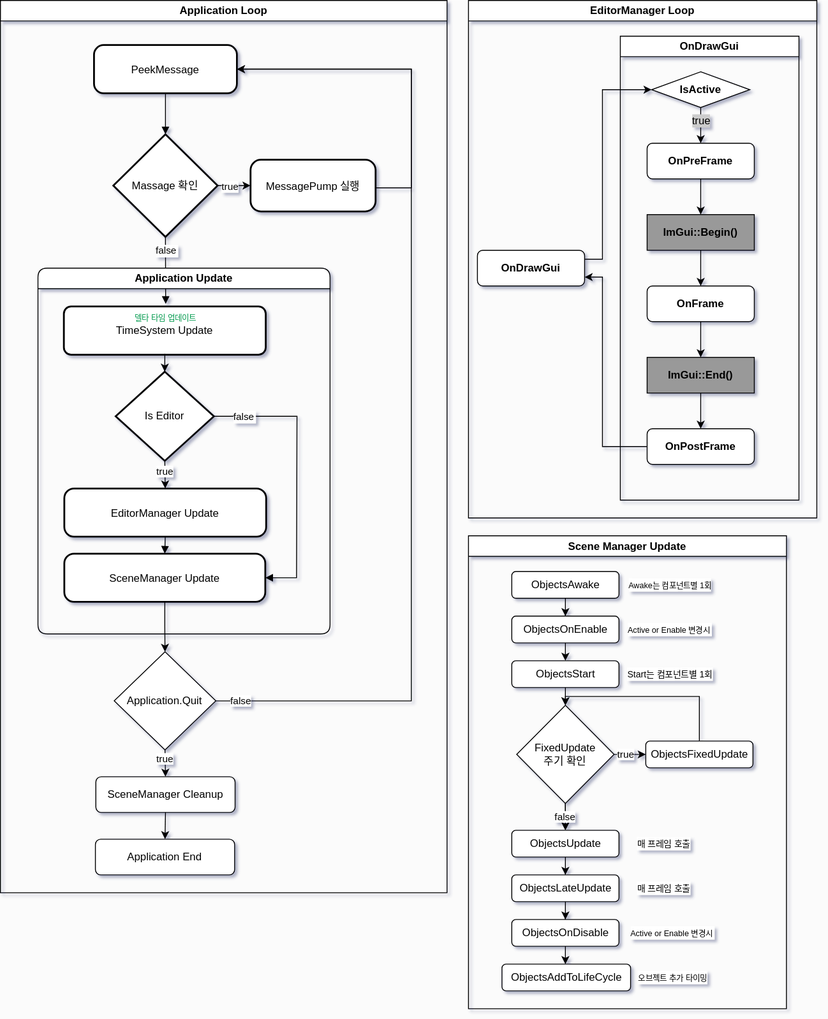
Earlier version of the draw.io export Diagram/GameEngineFlowChart.drawio.svg (Scarecrow37/VanishingGround). Source tidied: cells renumbered, new cells last; positions are measured from the earlier drawing's top-left corner, leaving out a move shared by most shapes.
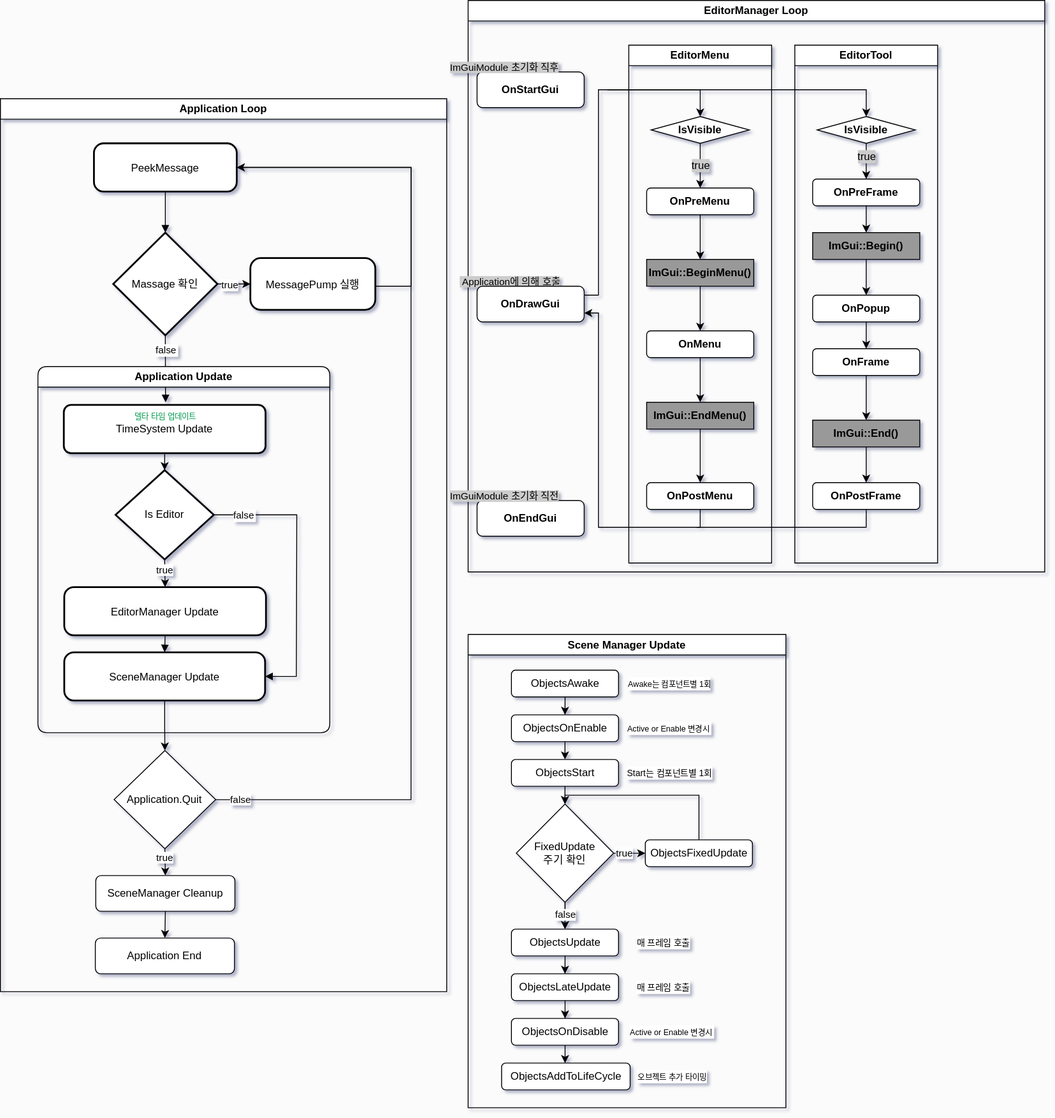
The same diagram one commit later.

What changed in the source:
```diff
@@ -187,13 +187,28 @@
       <mxGeometry x="168.5" y="480" width="120" height="30" as="geometry" />
     </mxCell>
     <mxCell id="56" value="EditorManager Loop" style="swimlane;whiteSpace=wrap;html=1;labelBackgroundColor=none;" parent="1" vertex="1">
-      <mxGeometry x="524" width="390" height="580" as="geometry" />
+      <mxGeometry x="524" y="-110" width="646" height="640" as="geometry" />
     </mxCell>
-    <mxCell id="57" value="&lt;b&gt;OnDrawGui&lt;/b&gt;" style="rounded=1;whiteSpace=wrap;html=1;labelBackgroundColor=none;" parent="56" vertex="1">
-      <mxGeometry x="10" y="280" width="120" height="40" as="geometry" />
-    </mxCell>
+    <mxCell id="71" style="endArrow=classic;html=1;rounded=0;exitX=1;exitY=0.25;exitDx=0;exitDy=0;entryX=0.5;entryY=0;entryDx=0;entryDy=0;" parent="56" edge="1" source="57" target="69">
+      <mxGeometry relative="1" as="geometry">
+        <Array as="points">
+          <mxPoint x="146" y="330" />
+          <mxPoint x="146" y="100" />
+          <mxPoint x="260" y="100" />
+        </Array>
+      </mxGeometry>
+    </mxCell>
+    <mxCell id="72" style="endArrow=classic;html=1;rounded=0;entryX=1;entryY=0.75;entryDx=0;entryDy=0;exitX=0.5;exitY=1;exitDx=0;exitDy=0;" parent="56" edge="1" source="66" target="57">
+      <mxGeometry relative="1" as="geometry">
+        <Array as="points">
+          <mxPoint x="260" y="590" />
+          <mxPoint x="146" y="590" />
+          <mxPoint x="146" y="350" />
+        </Array>
+      </mxGeometry>
+    </mxCell>
-    <mxCell id="58" value="OnDrawGui" style="swimlane;whiteSpace=wrap;html=1;" parent="56" vertex="1">
-      <mxGeometry x="170" y="40" width="200" height="520" as="geometry" />
+    <mxCell id="58" value="EditorMenu" style="swimlane;whiteSpace=wrap;html=1;" parent="56" vertex="1">
+      <mxGeometry x="180" y="50" width="160" height="580" as="geometry" />
     </mxCell>
     <mxCell id="59" style="edgeStyle=orthogonalEdgeStyle;rounded=0;jettySize=auto;html=1;" parent="58" edge="1" source="64" target="67">
       <mxGeometry relative="1" as="geometry" />
@@ -210,42 +225,114 @@
     <mxCell id="63" style="edgeStyle=orthogonalEdgeStyle;rounded=0;jettySize=auto;html=1;" parent="58" edge="1" source="69" target="64">
       <mxGeometry relative="1" as="geometry" />
     </mxCell>
-    <mxCell id="64" value="&lt;b&gt;OnPreFrame&lt;/b&gt;" style="rounded=1;whiteSpace=wrap;html=1;labelBackgroundColor=none;" parent="58" vertex="1">
-      <mxGeometry x="30" y="120" width="120" height="40" as="geometry" />
+    <mxCell id="64" value="&lt;b&gt;OnPreMenu&lt;/b&gt;" style="rounded=1;whiteSpace=wrap;html=1;labelBackgroundColor=none;" parent="58" vertex="1">
+      <mxGeometry x="20" y="160" width="120" height="30" as="geometry" />
     </mxCell>
-    <mxCell id="65" value="&lt;b&gt;OnFrame&lt;/b&gt;" style="rounded=1;whiteSpace=wrap;html=1;labelBackgroundColor=none;" parent="58" vertex="1">
-      <mxGeometry x="30" y="280" width="120" height="40" as="geometry" />
+    <mxCell id="65" value="&lt;b&gt;OnMenu&lt;/b&gt;" style="rounded=1;whiteSpace=wrap;html=1;labelBackgroundColor=none;" parent="58" vertex="1">
+      <mxGeometry x="20" y="320" width="120" height="30" as="geometry" />
     </mxCell>
-    <mxCell id="66" value="&lt;b&gt;OnPostFrame&lt;/b&gt;" style="rounded=1;whiteSpace=wrap;html=1;labelBackgroundColor=none;" parent="58" vertex="1">
-      <mxGeometry x="30" y="440" width="120" height="40" as="geometry" />
+    <mxCell id="66" value="&lt;b&gt;OnPostMenu&lt;/b&gt;" style="rounded=1;whiteSpace=wrap;html=1;labelBackgroundColor=none;" parent="58" vertex="1">
+      <mxGeometry x="20" y="490" width="120" height="30" as="geometry" />
     </mxCell>
-    <mxCell id="67" value="ImGui::Begin()" style="rounded=0;whiteSpace=wrap;html=1;fontStyle=1;fillColor=#999999;" parent="58" vertex="1">
-      <mxGeometry x="30" y="200" width="120" height="40" as="geometry" />
+    <mxCell id="67" value="ImGui::BeginMenu()" style="rounded=0;whiteSpace=wrap;html=1;fontStyle=1;fillColor=#999999;" parent="58" vertex="1">
+      <mxGeometry x="20" y="240" width="120" height="30" as="geometry" />
     </mxCell>
-    <mxCell id="68" value="ImGui::End()" style="rounded=0;whiteSpace=wrap;html=1;fontStyle=1;fillColor=#999999;" parent="58" vertex="1">
-      <mxGeometry x="30" y="360" width="120" height="40" as="geometry" />
+    <mxCell id="68" value="ImGui::EndMenu()" style="rounded=0;whiteSpace=wrap;html=1;fontStyle=1;fillColor=#999999;" parent="58" vertex="1">
+      <mxGeometry x="20" y="400" width="120" height="30" as="geometry" />
     </mxCell>
-    <mxCell id="69" value="IsActive" style="rhombus;whiteSpace=wrap;html=1;fontStyle=1;" parent="58" vertex="1">
-      <mxGeometry x="35" y="40" width="110" height="40" as="geometry" />
+    <mxCell id="69" value="IsVisible" style="rhombus;whiteSpace=wrap;html=1;fontStyle=1;" parent="58" vertex="1">
+      <mxGeometry x="25" y="80" width="110" height="30" as="geometry" />
     </mxCell>
     <mxCell id="70" value="true" style="text;strokeColor=none;fillColor=none;align=center;verticalAlign=middle;spacingLeft=4;spacingRight=2;overflow=hidden;whiteSpace=wrap;html=1;spacing=0;spacingTop=0;labelBackgroundColor=#CCCCCC;labelBorderColor=none;" parent="58" vertex="1">
-      <mxGeometry x="60" y="80" width="60" height="30" as="geometry" />
+      <mxGeometry x="50" y="120" width="60" height="30" as="geometry" />
     </mxCell>
-    <mxCell id="71" style="endArrow=classic;html=1;rounded=0;exitX=1;exitY=0.25;exitDx=0;exitDy=0;entryX=0;entryY=0.5;entryDx=0;entryDy=0;" parent="56" edge="1" source="57" target="69">
-      <mxGeometry relative="1" as="geometry">
-        <Array as="points">
-          <mxPoint x="150" y="290" />
-          <mxPoint x="150" y="100" />
-        </Array>
-      </mxGeometry>
-    </mxCell>
-    <mxCell id="72" style="endArrow=classic;html=1;rounded=0;entryX=1;entryY=0.75;entryDx=0;entryDy=0;exitX=0;exitY=0.5;exitDx=0;exitDy=0;" parent="56" edge="1" source="66" target="57">
-      <mxGeometry relative="1" as="geometry">
-        <Array as="points">
-          <mxPoint x="150" y="500" />
-          <mxPoint x="150" y="310" />
-        </Array>
-      </mxGeometry>
-    </mxCell>
+    <mxCell id="73" style="endArrow=classic;html=1;rounded=0;entryX=0.5;entryY=0;entryDx=0;entryDy=0;" parent="58" edge="1" target="85">
+      <mxGeometry relative="1" as="geometry">
+        <mxPoint x="-24" y="50" as="sourcePoint" />
+        <Array as="points">
+          <mxPoint x="266" y="50" />
+        </Array>
+      </mxGeometry>
+    </mxCell>
+    <mxCell id="74" value="EditorTool" style="swimlane;whiteSpace=wrap;html=1;" parent="56" vertex="1">
+      <mxGeometry x="366" y="50" width="160" height="580" as="geometry" />
+    </mxCell>
+    <mxCell id="75" style="edgeStyle=orthogonalEdgeStyle;rounded=0;jettySize=auto;html=1;" parent="74" edge="1" source="80" target="83">
+      <mxGeometry relative="1" as="geometry" />
+    </mxCell>
+    <mxCell id="76" style="edgeStyle=orthogonalEdgeStyle;rounded=0;jettySize=auto;html=1;entryX=0.5;entryY=0;entryDx=0;entryDy=0;" parent="74" edge="1" source="81" target="84">
+      <mxGeometry relative="1" as="geometry" />
+    </mxCell>
+    <mxCell id="77" style="edgeStyle=orthogonalEdgeStyle;rounded=0;jettySize=auto;html=1;entryX=0.5;entryY=0;entryDx=0;entryDy=0;" parent="74" edge="1" source="83" target="87">
+      <mxGeometry relative="1" as="geometry" />
+    </mxCell>
+    <mxCell id="78" style="edgeStyle=orthogonalEdgeStyle;rounded=0;jettySize=auto;html=1;entryX=0.5;entryY=0;entryDx=0;entryDy=0;" parent="74" edge="1" source="84" target="82">
+      <mxGeometry relative="1" as="geometry" />
+    </mxCell>
+    <mxCell id="79" style="edgeStyle=orthogonalEdgeStyle;rounded=0;jettySize=auto;html=1;" parent="74" edge="1" source="85" target="80">
+      <mxGeometry relative="1" as="geometry" />
+    </mxCell>
+    <mxCell id="80" value="&lt;b&gt;OnPreFrame&lt;/b&gt;" style="rounded=1;whiteSpace=wrap;html=1;labelBackgroundColor=none;" parent="74" vertex="1">
+      <mxGeometry x="20" y="150" width="120" height="30" as="geometry" />
+    </mxCell>
+    <mxCell id="81" value="&lt;b&gt;OnFrame&lt;/b&gt;" style="rounded=1;whiteSpace=wrap;html=1;labelBackgroundColor=none;" parent="74" vertex="1">
+      <mxGeometry x="20" y="340" width="120" height="30" as="geometry" />
+    </mxCell>
+    <mxCell id="82" value="&lt;b&gt;OnPostFrame&lt;/b&gt;" style="rounded=1;whiteSpace=wrap;html=1;labelBackgroundColor=none;" parent="74" vertex="1">
+      <mxGeometry x="20" y="490" width="120" height="30" as="geometry" />
+    </mxCell>
+    <mxCell id="83" value="ImGui::Begin()" style="rounded=0;whiteSpace=wrap;html=1;fontStyle=1;fillColor=#999999;" parent="74" vertex="1">
+      <mxGeometry x="20" y="210" width="120" height="30" as="geometry" />
+    </mxCell>
+    <mxCell id="84" value="ImGui::End()" style="rounded=0;whiteSpace=wrap;html=1;fontStyle=1;fillColor=#999999;" parent="74" vertex="1">
+      <mxGeometry x="20" y="420" width="120" height="30" as="geometry" />
+    </mxCell>
+    <mxCell id="85" value="IsVisible" style="rhombus;whiteSpace=wrap;html=1;fontStyle=1;" parent="74" vertex="1">
+      <mxGeometry x="25" y="80" width="110" height="30" as="geometry" />
+    </mxCell>
+    <mxCell id="86" value="true" style="text;strokeColor=none;fillColor=none;align=center;verticalAlign=middle;spacingLeft=4;spacingRight=2;overflow=hidden;whiteSpace=wrap;html=1;spacing=0;spacingTop=0;labelBackgroundColor=#CCCCCC;labelBorderColor=none;" parent="74" vertex="1">
+      <mxGeometry x="50" y="110" width="60" height="30" as="geometry" />
+    </mxCell>
+    <mxCell id="87" value="&lt;b&gt;OnPopup&lt;/b&gt;" style="rounded=1;whiteSpace=wrap;html=1;labelBackgroundColor=none;" parent="74" vertex="1">
+      <mxGeometry x="20" y="280" width="120" height="30" as="geometry" />
+    </mxCell>
+    <mxCell id="88" style="edgeStyle=orthogonalEdgeStyle;rounded=0;jettySize=auto;html=1;entryX=0.5;entryY=0;entryDx=0;entryDy=0;exitX=0.5;exitY=1;exitDx=0;exitDy=0;" parent="74" edge="1" source="87" target="81">
+      <mxGeometry relative="1" as="geometry" />
+    </mxCell>
+    <mxCell id="89" value="&lt;b&gt;OnEndGui&lt;/b&gt;" style="rounded=1;whiteSpace=wrap;html=1;labelBackgroundColor=none;" parent="56" vertex="1">
+      <mxGeometry x="10" y="560" width="120" height="40" as="geometry" />
+    </mxCell>
+    <mxCell id="90" style="group;" parent="56" vertex="1">
+      <mxGeometry x="-24" y="300" width="154" height="60" as="geometry" />
+    </mxCell>
+    <mxCell id="91" value="&amp;nbsp;Application에 의해 호출" style="text;strokeColor=none;fillColor=none;align=center;verticalAlign=middle;spacingLeft=4;spacingRight=2;overflow=hidden;whiteSpace=wrap;html=1;spacing=0;spacingTop=0;labelBackgroundColor=#CCCCCC;labelBorderColor=none;fontSize=11;" parent="90" vertex="1">
+      <mxGeometry width="140" height="30" as="geometry" />
+    </mxCell>
+    <mxCell id="57" value="&lt;b&gt;OnDrawGui&lt;/b&gt;" style="rounded=1;whiteSpace=wrap;html=1;labelBackgroundColor=none;" parent="90" vertex="1">
+      <mxGeometry x="34" y="20" width="120" height="40" as="geometry" />
+    </mxCell>
+    <mxCell id="92" style="group;" parent="56" vertex="1">
+      <mxGeometry x="-24" y="540" width="154" height="60" as="geometry" />
+    </mxCell>
+    <mxCell id="93" value="ImGuiModule 초기화 직전" style="text;strokeColor=none;fillColor=none;align=left;verticalAlign=middle;spacingLeft=4;spacingRight=2;overflow=hidden;whiteSpace=wrap;html=1;spacing=0;spacingTop=0;labelBackgroundColor=#CCCCCC;labelBorderColor=none;fontSize=11;" parent="92" vertex="1">
+      <mxGeometry width="140" height="30" as="geometry" />
+    </mxCell>
+    <mxCell id="94" style="group;" parent="56" vertex="1">
+      <mxGeometry x="-24" y="60" width="154" height="60" as="geometry" />
+    </mxCell>
+    <mxCell id="95" value="&lt;b&gt;OnStartGui&lt;/b&gt;" style="rounded=1;whiteSpace=wrap;html=1;labelBackgroundColor=none;" parent="94" vertex="1">
+      <mxGeometry x="34" y="20" width="120" height="40" as="geometry" />
+    </mxCell>
+    <mxCell id="96" value="ImGuiModule 초기화 직후" style="text;strokeColor=none;fillColor=none;align=left;verticalAlign=middle;spacingLeft=4;spacingRight=2;overflow=hidden;whiteSpace=wrap;html=1;spacing=0;spacingTop=0;labelBackgroundColor=#CCCCCC;labelBorderColor=none;fontSize=11;" parent="94" vertex="1">
+      <mxGeometry width="140" height="30" as="geometry" />
+    </mxCell>
+    <mxCell id="97" style="endArrow=none;html=1;rounded=0;entryX=0.5;entryY=1;entryDx=0;entryDy=0;" parent="1" edge="1" target="82">
+      <mxGeometry relative="1" as="geometry">
+        <mxPoint x="780" y="480" as="sourcePoint" />
+        <Array as="points">
+          <mxPoint x="970" y="480" />
+        </Array>
+      </mxGeometry>
+    </mxCell>
   </root>
 </mxGraphModel>
```
